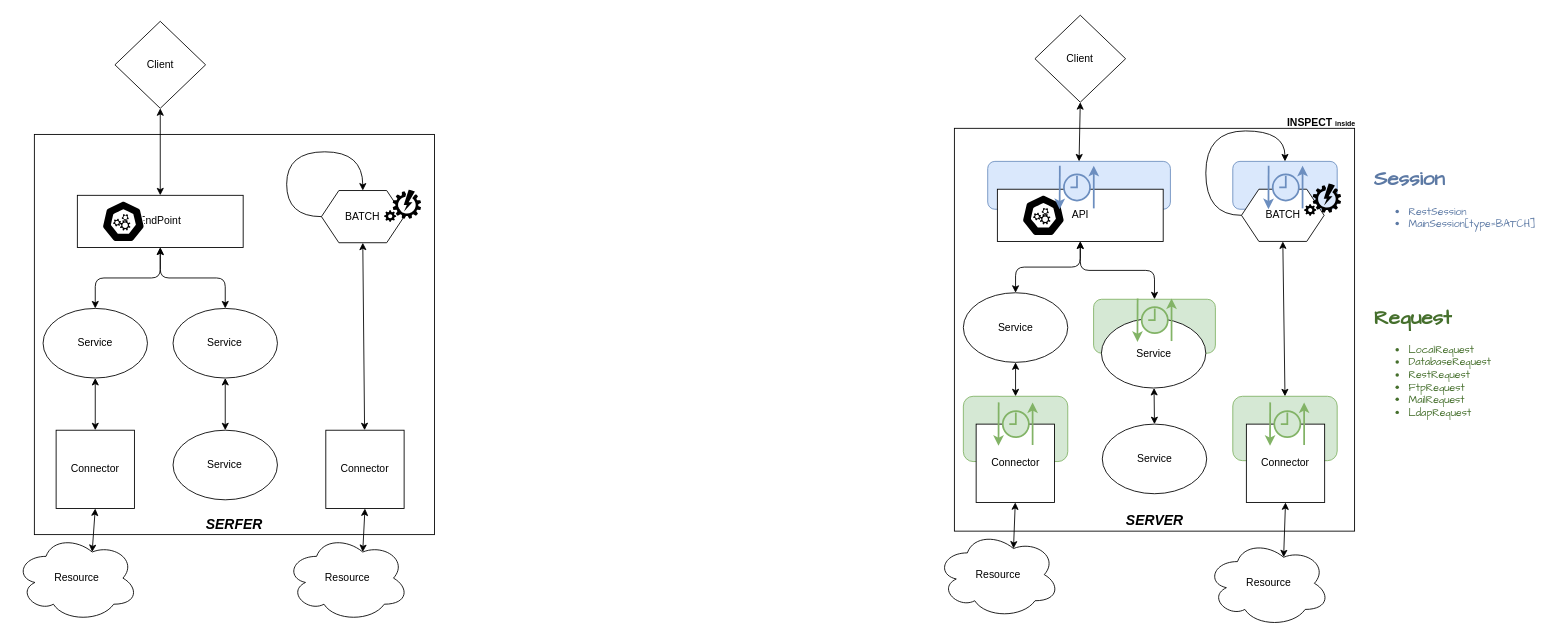
Before: page "collector-1" (1 of 5) of doc/diagram/Diagramme sans nom.drawio in oneteme/inspect-core, a draw.io diagram. Source tidied: cells renumbered, new cells numbered last; positions are measured from the earlier drawing's top-left corner, leaving out a move shared by most shapes. Both pictures are drawn from the tidied source at 87%, with x=0, y=0 at pixel (15, 15).
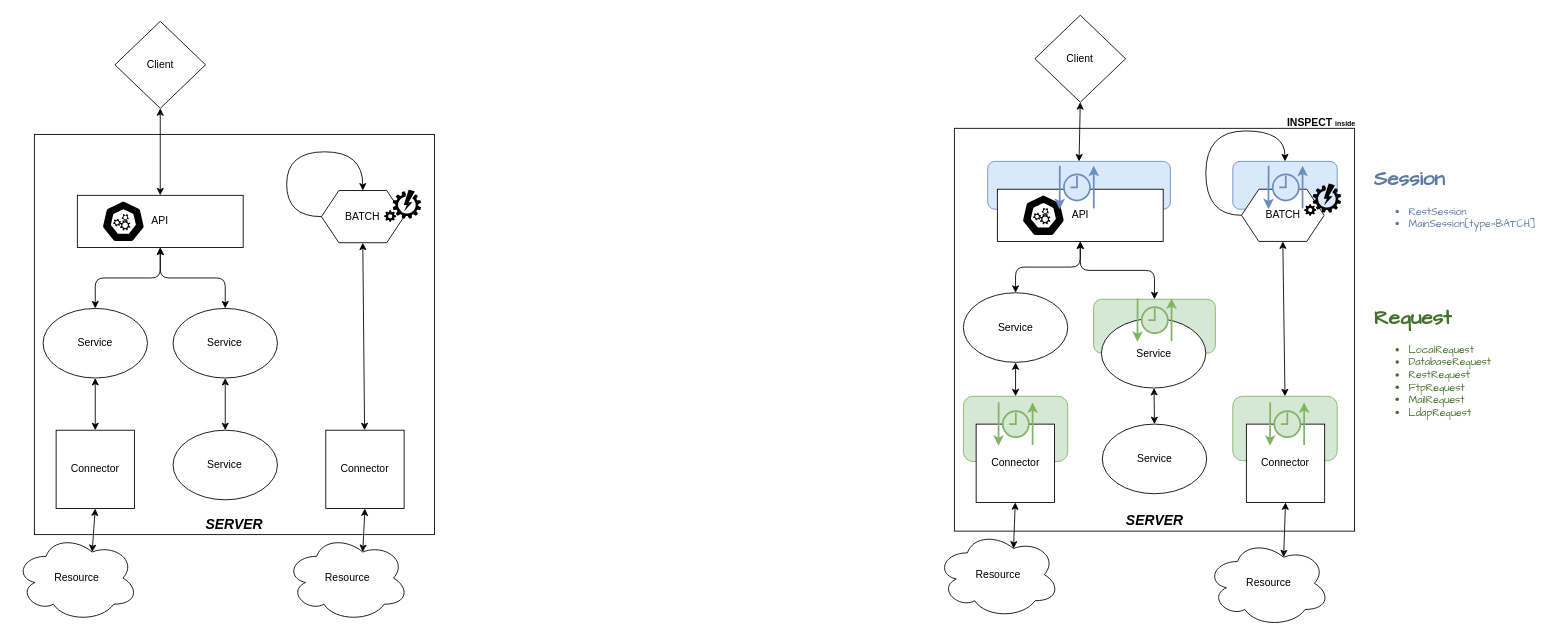
The same page after the edit.

Change to the diagram source:
```diff
@@
-    <mxCell id="8" value="SERFER" style="rounded=0;whiteSpace=wrap;html=1;verticalAlign=bottom;fontSize=16;fontStyle=3;" parent="1" vertex="1">
+    <mxCell id="8" value="SERVER" style="rounded=0;whiteSpace=wrap;html=1;verticalAlign=bottom;fontSize=16;fontStyle=3;" parent="1" vertex="1">
       <mxGeometry x="22" y="137" width="460" height="460" as="geometry" />
     </mxCell>
@@
-    <mxCell id="19" value="EndPoint" style="rounded=0;whiteSpace=wrap;html=1;" parent="1" vertex="1">
+    <mxCell id="19" value="API" style="rounded=0;whiteSpace=wrap;html=1;" parent="1" vertex="1">
       <mxGeometry x="71.4" y="207" width="190.6" height="60" as="geometry" />
     </mxCell>
```
